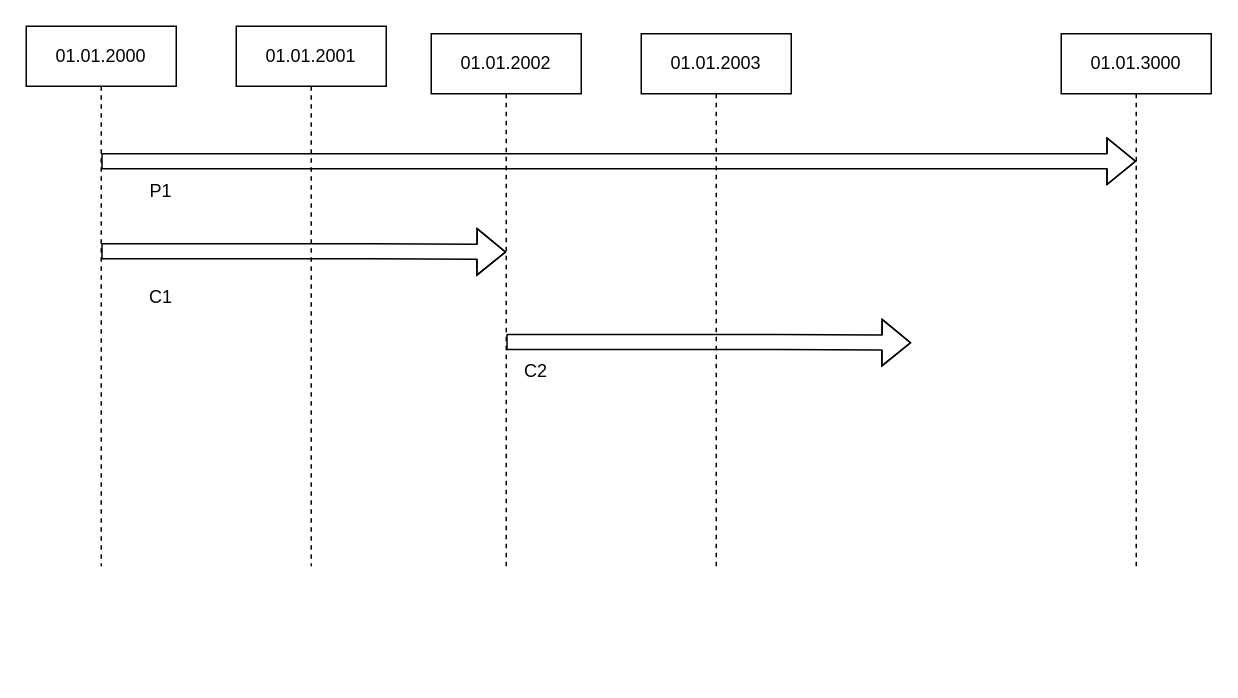
Earlier version of the draw.io diagram gitTest/Untitled Diagram.drawio (Lucutus/gitTest). Source tidied: cells renumbered, new cells numbered last; positions are measured from the earlier drawing's top-left corner, leaving out a move shared by most shapes. Both pictures are drawn from the tidied source at 150%, with x=0, y=0 at pixel (26, 26).
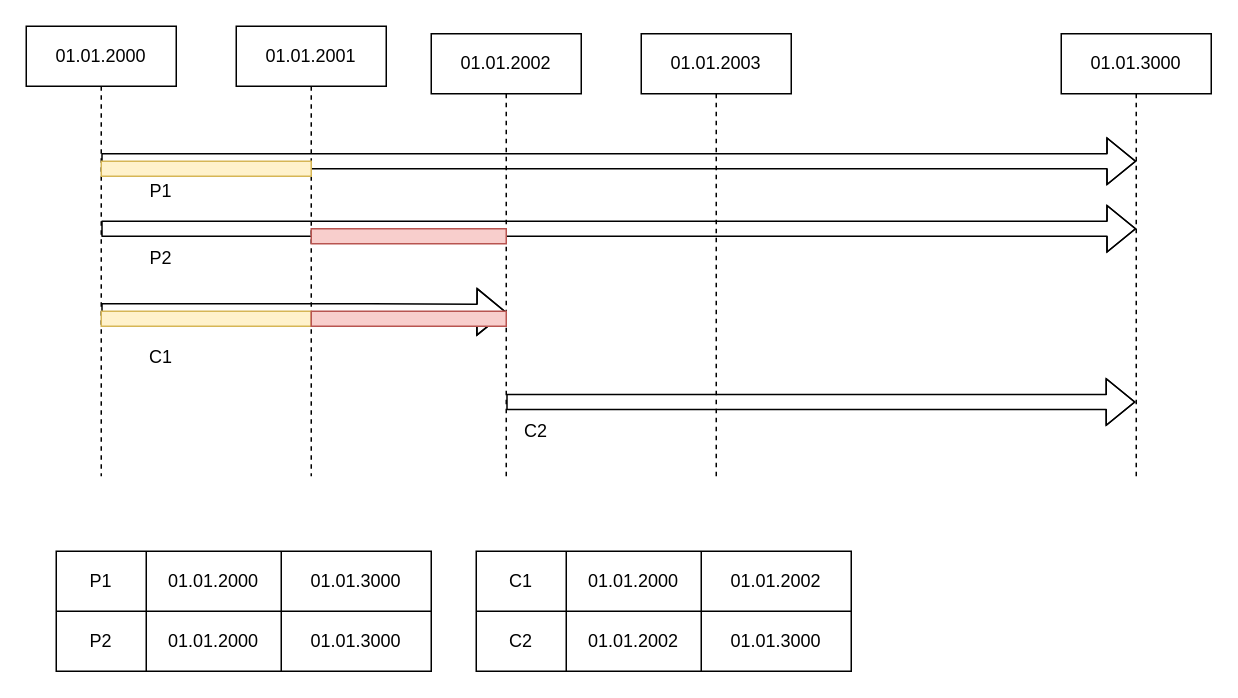
The same page after the edit.

Change to the diagram source:
```diff
@@
     <mxCell id="4" style="shape=flexArrow;endArrow=classic;html=1;" parent="1" edge="1">
       <mxGeometry relative="1" as="geometry">
-        <mxPoint x="50" y="150" as="sourcePoint" />
-        <mxPoint x="320" y="150.5" as="targetPoint" />
+        <mxPoint x="50" y="190" as="sourcePoint" />
+        <mxPoint x="320" y="190.5" as="targetPoint" />
         <Array as="points">
-          <mxPoint x="230" y="150" />
+          <mxPoint x="230" y="190" />
         </Array>
       </mxGeometry>
     </mxCell>
     <mxCell id="5" value="C1" style="text;html=1;strokeColor=none;fillColor=none;align=center;verticalAlign=middle;whiteSpace=wrap;rounded=0;" parent="1" vertex="1">
-      <mxGeometry x="70" y="170.5" width="40" height="20" as="geometry" />
+      <mxGeometry x="70" y="210.5" width="40" height="20" as="geometry" />
     </mxCell>
     <mxCell id="6" value="01.01.2000" style="shape=umlLifeline;perimeter=lifelinePerimeter;whiteSpace=wrap;html=1;" parent="1" vertex="1">
-      <mxGeometry width="100" height="360" as="geometry" />
+      <mxGeometry width="100" height="300" as="geometry" />
     </mxCell>
     <mxCell id="7" value="01.01.2001" style="shape=umlLifeline;perimeter=lifelinePerimeter;whiteSpace=wrap;html=1;" parent="1" vertex="1">
-      <mxGeometry x="140" width="100" height="360" as="geometry" />
+      <mxGeometry x="140" width="100" height="300" as="geometry" />
     </mxCell>
     <mxCell id="8" value="01.01.2002" style="shape=umlLifeline;perimeter=lifelinePerimeter;whiteSpace=wrap;html=1;" parent="1" vertex="1">
-      <mxGeometry x="270" y="5" width="100" height="355" as="geometry" />
+      <mxGeometry x="270" y="5" width="100" height="295" as="geometry" />
     </mxCell>
-    <mxCell id="9" style="shape=flexArrow;endArrow=classic;html=1;" parent="1" edge="1">
+    <mxCell id="9" style="shape=flexArrow;endArrow=classic;html=1;" parent="1" edge="1" target="12">
       <mxGeometry relative="1" as="geometry">
-        <mxPoint x="320" y="210.5" as="sourcePoint" />
-        <mxPoint x="590" y="211" as="targetPoint" />
+        <mxPoint x="320" y="250.5" as="sourcePoint" />
         <Array as="points">
-          <mxPoint x="500" y="210.5" />
+          <mxPoint x="500" y="250.5" />
         </Array>
       </mxGeometry>
     </mxCell>
     <mxCell id="10" value="C2" style="text;html=1;strokeColor=none;fillColor=none;align=center;verticalAlign=middle;whiteSpace=wrap;rounded=0;" parent="1" vertex="1">
-      <mxGeometry x="320" y="220" width="40" height="20" as="geometry" />
+      <mxGeometry x="320" y="260" width="40" height="20" as="geometry" />
     </mxCell>
     <mxCell id="11" value="01.01.2003" style="shape=umlLifeline;perimeter=lifelinePerimeter;whiteSpace=wrap;html=1;" parent="1" vertex="1">
-      <mxGeometry x="410" y="5" width="100" height="355" as="geometry" />
+      <mxGeometry x="410" y="5" width="100" height="295" as="geometry" />
     </mxCell>
     <mxCell id="12" value="01.01.3000" style="shape=umlLifeline;perimeter=lifelinePerimeter;whiteSpace=wrap;html=1;outlineConnect=0;" parent="1" vertex="1">
-      <mxGeometry x="690" y="5" width="100" height="355" as="geometry" />
+      <mxGeometry x="690" y="5" width="100" height="295" as="geometry" />
     </mxCell>
+    <mxCell id="13" style="shape=flexArrow;endArrow=classic;html=1;" parent="1" edge="1">
+      <mxGeometry relative="1" as="geometry">
+        <mxPoint x="50" y="135" as="sourcePoint" />
+        <mxPoint x="740" y="135" as="targetPoint" />
+        <Array as="points">
+          <mxPoint x="230" y="135" />
+        </Array>
+      </mxGeometry>
+    </mxCell>
+    <mxCell id="14" value="P2" style="text;html=1;strokeColor=none;fillColor=none;align=center;verticalAlign=middle;whiteSpace=wrap;rounded=0;" parent="1" vertex="1">
+      <mxGeometry x="70" y="145" width="40" height="20" as="geometry" />
+    </mxCell>
+    <mxCell id="15" style="rounded=0;whiteSpace=wrap;html=1;fillColor=#fff2cc;strokeColor=#d6b656;" parent="1" vertex="1">
+      <mxGeometry x="50" y="90" width="140" height="10" as="geometry" />
+    </mxCell>
+    <mxCell id="16" style="rounded=0;whiteSpace=wrap;html=1;fillColor=#fff2cc;strokeColor=#d6b656;" parent="1" vertex="1">
+      <mxGeometry x="50" y="190" width="140" height="10" as="geometry" />
+    </mxCell>
+    <mxCell id="17" style="rounded=0;whiteSpace=wrap;html=1;fillColor=#f8cecc;strokeColor=#b85450;" parent="1" vertex="1">
+      <mxGeometry x="190" y="135" width="130" height="10" as="geometry" />
+    </mxCell>
+    <mxCell id="18" style="rounded=0;whiteSpace=wrap;html=1;fillColor=#f8cecc;strokeColor=#b85450;" parent="1" vertex="1">
+      <mxGeometry x="190" y="190" width="130" height="10" as="geometry" />
+    </mxCell>
+    <mxCell id="19" style="shape=table;html=1;whiteSpace=wrap;startSize=0;childLayout=tableLayout;" parent="1" vertex="1">
+      <mxGeometry x="20" y="350" width="250" height="80" as="geometry" />
+    </mxCell>
+    <mxCell id="20" style="shape=partialRectangle;html=1;whiteSpace=wrap;fillColor=none;top=0;left=0;bottom=0;right=0;" parent="19" vertex="1">
+      <mxGeometry width="250" height="40" as="geometry" />
+    </mxCell>
+    <mxCell id="21" value="P1" style="shape=partialRectangle;html=1;whiteSpace=wrap;overflow=hidden;fillColor=none;top=0;left=0;bottom=0;right=0;" parent="20" vertex="1">
+      <mxGeometry width="60" height="40" as="geometry" />
+    </mxCell>
+    <mxCell id="22" value="01.01.2000" style="shape=partialRectangle;html=1;whiteSpace=wrap;overflow=hidden;fillColor=none;top=0;left=0;bottom=0;right=0;" parent="20" vertex="1">
+      <mxGeometry x="60" width="90" height="40" as="geometry" />
+    </mxCell>
+    <mxCell id="23" value="01.01.3000" style="shape=partialRectangle;html=1;whiteSpace=wrap;overflow=hidden;fillColor=none;top=0;left=0;bottom=0;right=0;" parent="20" vertex="1">
+      <mxGeometry x="150" width="100" height="40" as="geometry" />
+    </mxCell>
+    <mxCell id="24" style="shape=partialRectangle;html=1;whiteSpace=wrap;fillColor=none;top=0;left=0;bottom=0;right=0;" parent="19" vertex="1">
+      <mxGeometry y="40" width="250" height="40" as="geometry" />
+    </mxCell>
+    <mxCell id="25" value="P2" style="shape=partialRectangle;html=1;whiteSpace=wrap;overflow=hidden;fillColor=none;top=0;left=0;bottom=0;right=0;" parent="24" vertex="1">
+      <mxGeometry width="60" height="40" as="geometry" />
+    </mxCell>
+    <mxCell id="26" value="01.01.2000" style="shape=partialRectangle;html=1;whiteSpace=wrap;overflow=hidden;fillColor=none;top=0;left=0;bottom=0;right=0;" parent="24" vertex="1">
+      <mxGeometry x="60" width="90" height="40" as="geometry" />
+    </mxCell>
+    <mxCell id="27" value="01.01.3000" style="shape=partialRectangle;html=1;whiteSpace=wrap;overflow=hidden;fillColor=none;top=0;left=0;bottom=0;right=0;" parent="24" vertex="1">
+      <mxGeometry x="150" width="100" height="40" as="geometry" />
+    </mxCell>
+    <mxCell id="28" style="shape=table;html=1;whiteSpace=wrap;startSize=0;childLayout=tableLayout;" parent="1" vertex="1">
+      <mxGeometry x="300" y="350" width="250" height="80" as="geometry" />
+    </mxCell>
+    <mxCell id="29" style="shape=partialRectangle;html=1;whiteSpace=wrap;fillColor=none;top=0;left=0;bottom=0;right=0;" parent="28" vertex="1">
+      <mxGeometry width="250" height="40" as="geometry" />
+    </mxCell>
+    <mxCell id="30" value="C1" style="shape=partialRectangle;html=1;whiteSpace=wrap;overflow=hidden;fillColor=none;top=0;left=0;bottom=0;right=0;" parent="29" vertex="1">
+      <mxGeometry width="60" height="40" as="geometry" />
+    </mxCell>
+    <mxCell id="31" value="01.01.2000" style="shape=partialRectangle;html=1;whiteSpace=wrap;overflow=hidden;fillColor=none;top=0;left=0;bottom=0;right=0;" parent="29" vertex="1">
+      <mxGeometry x="60" width="90" height="40" as="geometry" />
+    </mxCell>
+    <mxCell id="32" value="01.01.2002" style="shape=partialRectangle;html=1;whiteSpace=wrap;overflow=hidden;fillColor=none;top=0;left=0;bottom=0;right=0;" parent="29" vertex="1">
+      <mxGeometry x="150" width="100" height="40" as="geometry" />
+    </mxCell>
+    <mxCell id="33" style="shape=partialRectangle;html=1;whiteSpace=wrap;fillColor=none;top=0;left=0;bottom=0;right=0;" parent="28" vertex="1">
+      <mxGeometry y="40" width="250" height="40" as="geometry" />
+    </mxCell>
+    <mxCell id="34" value="C2" style="shape=partialRectangle;html=1;whiteSpace=wrap;overflow=hidden;fillColor=none;top=0;left=0;bottom=0;right=0;" parent="33" vertex="1">
+      <mxGeometry width="60" height="40" as="geometry" />
+    </mxCell>
+    <mxCell id="35" value="01.01.2002" style="shape=partialRectangle;html=1;whiteSpace=wrap;overflow=hidden;fillColor=none;top=0;left=0;bottom=0;right=0;" parent="33" vertex="1">
+      <mxGeometry x="60" width="90" height="40" as="geometry" />
+    </mxCell>
+    <mxCell id="36" value="01.01.3000" style="shape=partialRectangle;html=1;whiteSpace=wrap;overflow=hidden;fillColor=none;top=0;left=0;bottom=0;right=0;" parent="33" vertex="1">
+      <mxGeometry x="150" width="100" height="40" as="geometry" />
+    </mxCell>
```
